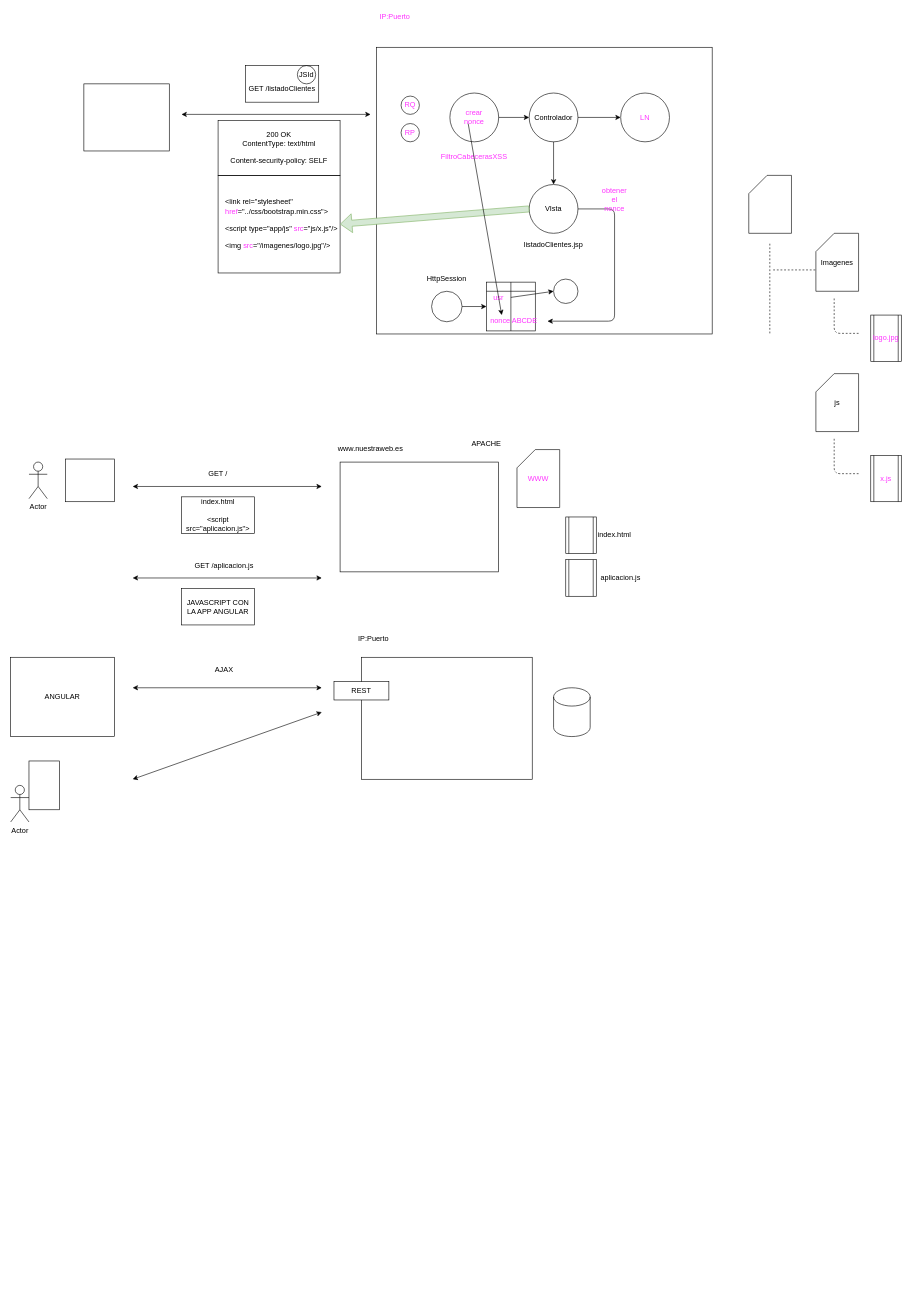
The draw.io diagram page "Página-14" (14 of 16) of dibujos.drawio in lrag/seguridad_java, before the edit. Source tidied: cells renumbered, new cells numbered last; positions are measured from the earlier drawing's top-left corner, leaving out a move shared by most shapes. Both pictures are drawn from the tidied source at 61%, with x=0, y=0 at pixel (10, 10).
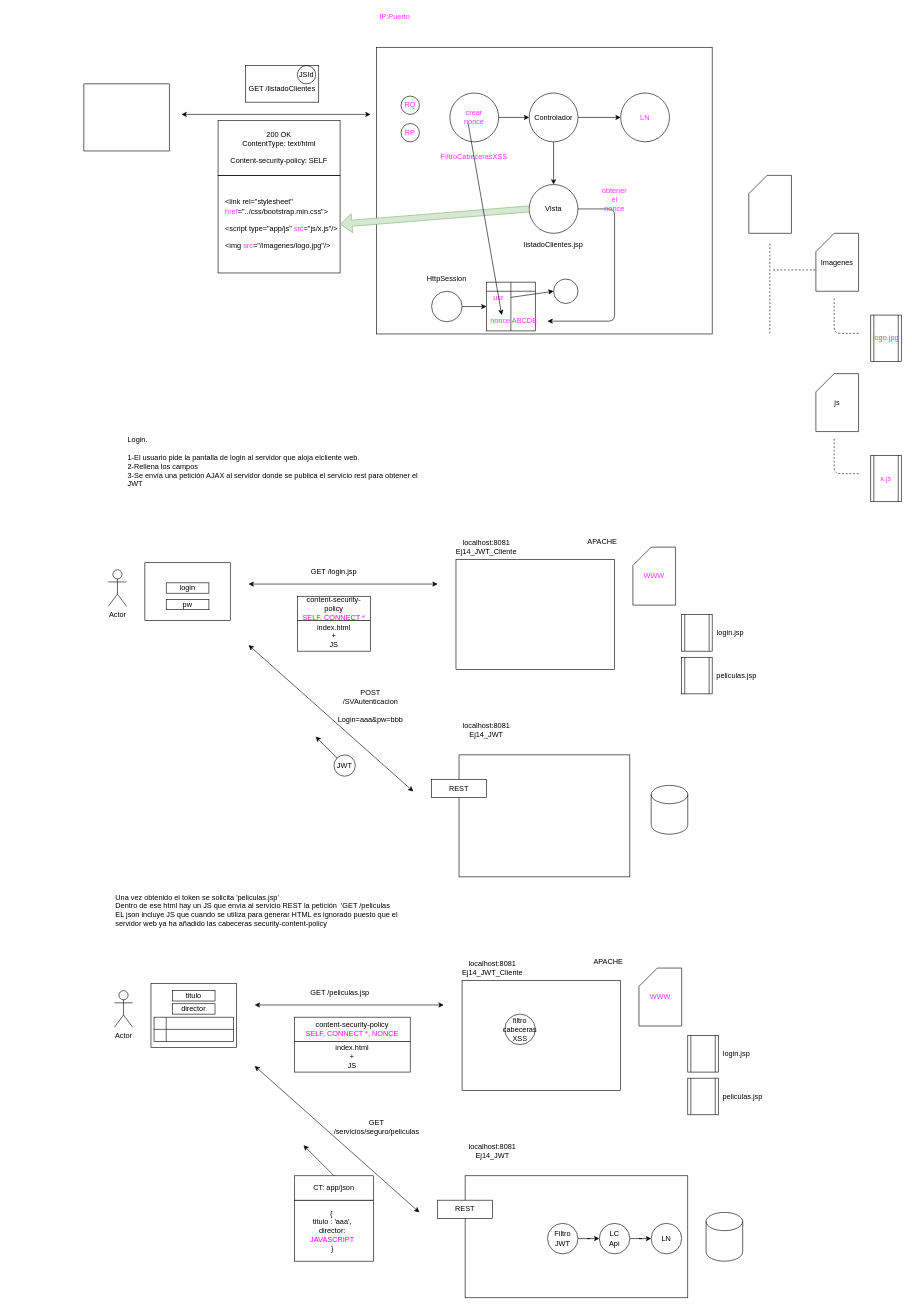
Above is the later version.

Diff of the diagram source:
```diff
@@
     <mxCell id="44" style="rounded=0;whiteSpace=wrap;html=1;strokeColor=#000000;fillColor=none;fontColor=#FF33FF;" parent="1" vertex="1">
-      <mxGeometry x="540" y="740" width="260" height="180" as="geometry" />
+      <mxGeometry x="730" y="900" width="260" height="180" as="geometry" />
     </mxCell>
-    <mxCell id="45" value="www.nuestraweb.es" style="text;html=1;strokeColor=none;fillColor=none;align=center;verticalAlign=middle;whiteSpace=wrap;rounded=0;" parent="1" vertex="1">
-      <mxGeometry x="570" y="709" width="40" height="20" as="geometry" />
+    <mxCell id="45" value="localhost:8081&lt;br&gt;Ej14_JWT_Cliente" style="text;html=1;strokeColor=none;fillColor=none;align=center;verticalAlign=middle;whiteSpace=wrap;rounded=0;" parent="1" vertex="1">
+      <mxGeometry x="760" y="869" width="40" height="20" as="geometry" />
     </mxCell>
     <mxCell id="46" value="APACHE" style="text;html=1;strokeColor=none;fillColor=none;align=center;verticalAlign=middle;whiteSpace=wrap;rounded=0;" parent="1" vertex="1">
-      <mxGeometry x="760" y="700" width="40" height="20" as="geometry" />
+      <mxGeometry x="950" y="860" width="40" height="20" as="geometry" />
     </mxCell>
     <mxCell id="47" value="WWW" style="shape=card;whiteSpace=wrap;html=1;strokeColor=#000000;fillColor=none;fontColor=#FF33FF;" parent="1" vertex="1">
-      <mxGeometry x="830" y="719.5" width="70" height="95" as="geometry" />
+      <mxGeometry x="1020" y="879.5" width="70" height="95" as="geometry" />
     </mxCell>
     <mxCell id="48" style="shape=process;whiteSpace=wrap;html=1;backgroundOutline=1;" parent="1" vertex="1">
-      <mxGeometry x="910" y="830" width="50" height="60" as="geometry" />
+      <mxGeometry x="1100" y="990" width="50" height="60" as="geometry" />
     </mxCell>
-    <mxCell id="49" value="index.html" style="text;html=1;strokeColor=none;fillColor=none;align=center;verticalAlign=middle;whiteSpace=wrap;rounded=0;" parent="1" vertex="1">
-      <mxGeometry x="970" y="850" width="40" height="20" as="geometry" />
+    <mxCell id="49" value="login.jsp" style="text;html=1;strokeColor=none;fillColor=none;align=center;verticalAlign=middle;whiteSpace=wrap;rounded=0;" parent="1" vertex="1">
+      <mxGeometry x="1160" y="1010" width="40" height="20" as="geometry" />
     </mxCell>
     <mxCell id="50" style="shape=process;whiteSpace=wrap;html=1;backgroundOutline=1;" parent="1" vertex="1">
-      <mxGeometry x="910" y="900" width="50" height="60" as="geometry" />
+      <mxGeometry x="1100" y="1060" width="50" height="60" as="geometry" />
     </mxCell>
-    <mxCell id="51" value="aplicacion.js" style="text;html=1;strokeColor=none;fillColor=none;align=center;verticalAlign=middle;whiteSpace=wrap;rounded=0;" parent="1" vertex="1">
-      <mxGeometry x="980" y="920" width="40" height="20" as="geometry" />
+    <mxCell id="51" value="peliculas.jsp" style="text;html=1;strokeColor=none;fillColor=none;align=center;verticalAlign=middle;whiteSpace=wrap;rounded=0;" parent="1" vertex="1">
+      <mxGeometry x="1170" y="1080" width="40" height="20" as="geometry" />
     </mxCell>
     <mxCell id="52" value="Actor" style="shape=umlActor;verticalLabelPosition=bottom;verticalAlign=top;html=1;" parent="1" vertex="1">
-      <mxGeometry x="30" y="740" width="30" height="60" as="geometry" />
+      <mxGeometry x="160" y="916.5" width="30" height="60" as="geometry" />
     </mxCell>
     <mxCell id="53" style="rounded=0;whiteSpace=wrap;html=1;" parent="1" vertex="1">
-      <mxGeometry x="90" y="735" width="80" height="70" as="geometry" />
+      <mxGeometry x="220" y="905" width="140" height="95" as="geometry" />
     </mxCell>
     <mxCell id="54" style="endArrow=classic;startArrow=classic;html=1;" parent="1" edge="1">
       <mxGeometry relative="1" as="geometry">
-        <mxPoint x="200" y="780" as="sourcePoint" />
-        <mxPoint x="510" y="780" as="targetPoint" />
+        <mxPoint x="390" y="940" as="sourcePoint" />
+        <mxPoint x="700" y="940" as="targetPoint" />
       </mxGeometry>
     </mxCell>
-    <mxCell id="55" value="GET /" style="text;html=1;strokeColor=none;fillColor=none;align=center;verticalAlign=middle;whiteSpace=wrap;rounded=0;" parent="1" vertex="1">
-      <mxGeometry x="320" y="750" width="40" height="20" as="geometry" />
+    <mxCell id="55" value="GET /login.jsp" style="text;html=1;strokeColor=none;fillColor=none;align=center;verticalAlign=middle;whiteSpace=wrap;rounded=0;" parent="1" vertex="1">
+      <mxGeometry x="460" y="910" width="140" height="20" as="geometry" />
     </mxCell>
-    <mxCell id="56" value="index.html&lt;br&gt;&lt;br&gt;&amp;lt;script src=&quot;aplicacion.js&quot;&amp;gt;" style="rounded=0;whiteSpace=wrap;html=1;" parent="1" vertex="1">
-      <mxGeometry x="280" y="797" width="120" height="60" as="geometry" />
+    <mxCell id="56" value="index.html&lt;br&gt;+&lt;br&gt;JS" style="rounded=0;whiteSpace=wrap;html=1;" parent="1" vertex="1">
+      <mxGeometry x="470" y="1000" width="120" height="50" as="geometry" />
     </mxCell>
-    <mxCell id="57" style="endArrow=classic;startArrow=classic;html=1;" parent="1" edge="1">
-      <mxGeometry relative="1" as="geometry">
-        <mxPoint x="200" y="930" as="sourcePoint" />
-        <mxPoint x="510" y="930" as="targetPoint" />
-      </mxGeometry>
-    </mxCell>
-    <mxCell id="58" value="GET /aplicacion.js" style="text;html=1;strokeColor=none;fillColor=none;align=center;verticalAlign=middle;whiteSpace=wrap;rounded=0;" parent="1" vertex="1">
-      <mxGeometry x="280" y="900" width="140" height="20" as="geometry" />
-    </mxCell>
-    <mxCell id="59" value="JAVASCRIPT CON&lt;br&gt;LA APP ANGULAR" style="rounded=0;whiteSpace=wrap;html=1;" parent="1" vertex="1">
-      <mxGeometry x="280" y="947" width="120" height="60" as="geometry" />
-    </mxCell>
-    <mxCell id="60" value="ANGULAR" style="rounded=0;whiteSpace=wrap;html=1;" parent="1" vertex="1">
-      <mxGeometry y="1060" width="170" height="130" as="geometry" />
-    </mxCell>
-    <mxCell id="61" style="endArrow=classic;startArrow=classic;html=1;" parent="1" edge="1">
-      <mxGeometry relative="1" as="geometry">
-        <mxPoint x="200" y="1110" as="sourcePoint" />
-        <mxPoint x="510" y="1110" as="targetPoint" />
-      </mxGeometry>
-    </mxCell>
     <mxCell id="62" style="rounded=0;whiteSpace=wrap;html=1;" parent="1" vertex="1">
-      <mxGeometry x="575" y="1060" width="280" height="200" as="geometry" />
+      <mxGeometry x="735" y="1220" width="280" height="200" as="geometry" />
     </mxCell>
     <mxCell id="63" value="REST" style="rounded=0;whiteSpace=wrap;html=1;" parent="1" vertex="1">
-      <mxGeometry x="530" y="1100" width="90" height="30" as="geometry" />
+      <mxGeometry x="690" y="1260" width="90" height="30" as="geometry" />
     </mxCell>
-    <mxCell id="64" value="AJAX" style="text;html=1;strokeColor=none;fillColor=none;align=center;verticalAlign=middle;whiteSpace=wrap;rounded=0;" parent="1" vertex="1">
-      <mxGeometry x="330" y="1070" width="40" height="20" as="geometry" />
-    </mxCell>
     <mxCell id="65" style="shape=cylinder3;whiteSpace=wrap;html=1;boundedLbl=1;backgroundOutline=1;size=15;" parent="1" vertex="1">
-      <mxGeometry x="890" y="1110" width="60" height="80" as="geometry" />
+      <mxGeometry x="1050" y="1270" width="60" height="80" as="geometry" />
     </mxCell>
-    <mxCell id="66" value="IP:Puerto" style="text;html=1;strokeColor=none;fillColor=none;align=center;verticalAlign=middle;whiteSpace=wrap;rounded=0;" parent="1" vertex="1">
-      <mxGeometry x="575" y="1020" width="40" height="20" as="geometry" />
-    </mxCell>
+    <mxCell id="70" value="content-security-policy&lt;br&gt;&lt;font color=&quot;#ff00ff&quot;&gt;SELF, CONNECT *&lt;/font&gt;" style="rounded=0;whiteSpace=wrap;html=1;" parent="1" vertex="1">
+      <mxGeometry x="470" y="960" width="120" height="40" as="geometry" />
+    </mxCell>
+    <mxCell id="71" value="login" style="rounded=0;whiteSpace=wrap;html=1;" parent="1" vertex="1">
+      <mxGeometry x="255" y="938" width="70" height="17" as="geometry" />
+    </mxCell>
+    <mxCell id="72" value="pw" style="rounded=0;whiteSpace=wrap;html=1;" parent="1" vertex="1">
+      <mxGeometry x="255" y="965" width="70" height="17" as="geometry" />
+    </mxCell>
+    <mxCell id="73" style="endArrow=classic;startArrow=classic;html=1;" parent="1" edge="1">
+      <mxGeometry relative="1" as="geometry">
+        <mxPoint x="390" y="1040" as="sourcePoint" />
+        <mxPoint x="660" y="1280" as="targetPoint" />
+      </mxGeometry>
+    </mxCell>
+    <mxCell id="74" value="localhost:8081&lt;br&gt;Ej14_JWT" style="text;html=1;strokeColor=none;fillColor=none;align=center;verticalAlign=middle;whiteSpace=wrap;rounded=0;" parent="1" vertex="1">
+      <mxGeometry x="760" y="1170" width="40" height="20" as="geometry" />
+    </mxCell>
+    <mxCell id="75" value="POST /SVAutenticacion&lt;br&gt;&lt;br&gt;Login=aaa&amp;amp;pw=bbb" style="text;html=1;strokeColor=none;fillColor=none;align=center;verticalAlign=middle;whiteSpace=wrap;rounded=0;" parent="1" vertex="1">
+      <mxGeometry x="570" y="1130" width="40" height="20" as="geometry" />
+    </mxCell>
+    <mxCell id="76" value="JWT" style="ellipse;whiteSpace=wrap;html=1;" parent="1" vertex="1">
+      <mxGeometry x="530" y="1220" width="35" height="35" as="geometry" />
+    </mxCell>
+    <mxCell id="77" style="endArrow=classic;html=1;exitX=0;exitY=0;exitDx=0;exitDy=0;" parent="1" edge="1" source="76">
+      <mxGeometry relative="1" as="geometry">
+        <mxPoint x="500" y="1190" as="targetPoint" />
+      </mxGeometry>
+    </mxCell>
+    <mxCell id="78" value="Login.&lt;br&gt;&lt;br&gt;1-El usuario pide la pantalla de login al servidor que aloja elcliente web.&amp;nbsp;&lt;br&gt;2-Rellena los campos&lt;br&gt;3-Se envía una petición AJAX al servidor donde se publica el servicio rest para obtener el JWT" style="text;html=1;strokeColor=none;fillColor=none;align=left;verticalAlign=middle;whiteSpace=wrap;rounded=0;" parent="1" vertex="1">
+      <mxGeometry x="190" y="670" width="490" height="140" as="geometry" />
+    </mxCell>
+    <mxCell id="79" value="Una vez obtenido el token se solicita 'peliculas.jsp'&lt;br&gt;Dentro de ese html hay un JS que envía al servicio REST la petición&amp;nbsp; 'GET /peliculas&lt;br&gt;EL json incluye JS que cuando se utiliza para generar HTML es ignorado puesto que el servidor web ya ha añadido las cabeceras security-content-policy&amp;nbsp;" style="text;html=1;strokeColor=none;fillColor=none;align=left;verticalAlign=middle;whiteSpace=wrap;rounded=0;" parent="1" vertex="1">
+      <mxGeometry x="170" y="1420" width="490" height="110" as="geometry" />
+    </mxCell>
+    <mxCell id="80" style="rounded=0;whiteSpace=wrap;html=1;strokeColor=#000000;fillColor=none;fontColor=#FF33FF;" parent="1" vertex="1">
+      <mxGeometry x="740" y="1590" width="260" height="180" as="geometry" />
+    </mxCell>
+    <mxCell id="81" value="localhost:8081&lt;br&gt;Ej14_JWT_Cliente" style="text;html=1;strokeColor=none;fillColor=none;align=center;verticalAlign=middle;whiteSpace=wrap;rounded=0;" parent="1" vertex="1">
+      <mxGeometry x="770" y="1559" width="40" height="20" as="geometry" />
+    </mxCell>
+    <mxCell id="82" value="APACHE" style="text;html=1;strokeColor=none;fillColor=none;align=center;verticalAlign=middle;whiteSpace=wrap;rounded=0;" parent="1" vertex="1">
+      <mxGeometry x="960" y="1550" width="40" height="20" as="geometry" />
+    </mxCell>
+    <mxCell id="83" value="WWW" style="shape=card;whiteSpace=wrap;html=1;strokeColor=#000000;fillColor=none;fontColor=#FF33FF;" parent="1" vertex="1">
+      <mxGeometry x="1030" y="1569.5" width="70" height="95" as="geometry" />
+    </mxCell>
+    <mxCell id="84" style="shape=process;whiteSpace=wrap;html=1;backgroundOutline=1;" parent="1" vertex="1">
+      <mxGeometry x="1110" y="1680" width="50" height="60" as="geometry" />
+    </mxCell>
+    <mxCell id="85" value="login.jsp" style="text;html=1;strokeColor=none;fillColor=none;align=center;verticalAlign=middle;whiteSpace=wrap;rounded=0;" parent="1" vertex="1">
+      <mxGeometry x="1170" y="1700" width="40" height="20" as="geometry" />
+    </mxCell>
+    <mxCell id="86" style="shape=process;whiteSpace=wrap;html=1;backgroundOutline=1;" parent="1" vertex="1">
+      <mxGeometry x="1110" y="1750" width="50" height="60" as="geometry" />
+    </mxCell>
+    <mxCell id="87" value="peliculas.jsp" style="text;html=1;strokeColor=none;fillColor=none;align=center;verticalAlign=middle;whiteSpace=wrap;rounded=0;" parent="1" vertex="1">
+      <mxGeometry x="1180" y="1770" width="40" height="20" as="geometry" />
+    </mxCell>
     <mxCell id="67" value="Actor" style="shape=umlActor;verticalLabelPosition=bottom;verticalAlign=top;html=1;" parent="1" vertex="1">
-      <mxGeometry y="1270" width="30" height="60" as="geometry" />
+      <mxGeometry x="170" y="1606.5" width="30" height="60" as="geometry" />
     </mxCell>
-    <mxCell id="68" style="rounded=0;whiteSpace=wrap;html=1;" parent="1" vertex="1">
-      <mxGeometry x="30" y="1230" width="50" height="80" as="geometry" />
-    </mxCell>
-    <mxCell id="69" style="endArrow=classic;startArrow=classic;html=1;" parent="1" edge="1">
-      <mxGeometry relative="1" as="geometry">
-        <mxPoint x="200" y="1260" as="sourcePoint" />
-        <mxPoint x="510" y="1150" as="targetPoint" />
-      </mxGeometry>
-    </mxCell>
+    <mxCell id="88" style="rounded=0;whiteSpace=wrap;html=1;" parent="1" vertex="1">
+      <mxGeometry x="230" y="1595" width="140" height="105" as="geometry" />
+    </mxCell>
+    <mxCell id="89" style="endArrow=classic;startArrow=classic;html=1;" parent="1" edge="1">
+      <mxGeometry relative="1" as="geometry">
+        <mxPoint x="400" y="1630" as="sourcePoint" />
+        <mxPoint x="710" y="1630" as="targetPoint" />
+      </mxGeometry>
+    </mxCell>
+    <mxCell id="90" value="GET /peliculas.jsp" style="text;html=1;strokeColor=none;fillColor=none;align=center;verticalAlign=middle;whiteSpace=wrap;rounded=0;" parent="1" vertex="1">
+      <mxGeometry x="470" y="1600" width="140" height="20" as="geometry" />
+    </mxCell>
+    <mxCell id="91" value="index.html&lt;br&gt;+&lt;br&gt;JS" style="rounded=0;whiteSpace=wrap;html=1;" parent="1" vertex="1">
+      <mxGeometry x="465" y="1690" width="190" height="50" as="geometry" />
+    </mxCell>
+    <mxCell id="92" style="rounded=0;whiteSpace=wrap;html=1;" parent="1" vertex="1">
+      <mxGeometry x="745" y="1910" width="365" height="200" as="geometry" />
+    </mxCell>
+    <mxCell id="93" value="REST" style="rounded=0;whiteSpace=wrap;html=1;" parent="1" vertex="1">
+      <mxGeometry x="700" y="1950" width="90" height="30" as="geometry" />
+    </mxCell>
+    <mxCell id="94" style="shape=cylinder3;whiteSpace=wrap;html=1;boundedLbl=1;backgroundOutline=1;size=15;" parent="1" vertex="1">
+      <mxGeometry x="1140" y="1970" width="60" height="80" as="geometry" />
+    </mxCell>
+    <mxCell id="95" value="content-security-policy&lt;br&gt;&lt;font color=&quot;#ff00ff&quot;&gt;SELF, CONNECT *, NONCE&lt;/font&gt;" style="rounded=0;whiteSpace=wrap;html=1;" parent="1" vertex="1">
+      <mxGeometry x="465" y="1650" width="190" height="40" as="geometry" />
+    </mxCell>
+    <mxCell id="96" value="titulo" style="rounded=0;whiteSpace=wrap;html=1;" parent="1" vertex="1">
+      <mxGeometry x="265" y="1606.5" width="70" height="17" as="geometry" />
+    </mxCell>
+    <mxCell id="97" value="director" style="rounded=0;whiteSpace=wrap;html=1;" parent="1" vertex="1">
+      <mxGeometry x="265" y="1628" width="70" height="17" as="geometry" />
+    </mxCell>
+    <mxCell id="98" style="endArrow=classic;startArrow=classic;html=1;" parent="1" edge="1">
+      <mxGeometry relative="1" as="geometry">
+        <mxPoint x="400" y="1730" as="sourcePoint" />
+        <mxPoint x="670" y="1970" as="targetPoint" />
+      </mxGeometry>
+    </mxCell>
+    <mxCell id="99" value="localhost:8081&lt;br&gt;Ej14_JWT" style="text;html=1;strokeColor=none;fillColor=none;align=center;verticalAlign=middle;whiteSpace=wrap;rounded=0;" parent="1" vertex="1">
+      <mxGeometry x="770" y="1860" width="40" height="20" as="geometry" />
+    </mxCell>
+    <mxCell id="100" value="GET /servicios/seguro/peliculas" style="text;html=1;strokeColor=none;fillColor=none;align=center;verticalAlign=middle;whiteSpace=wrap;rounded=0;" parent="1" vertex="1">
+      <mxGeometry x="580" y="1820" width="40" height="20" as="geometry" />
+    </mxCell>
+    <mxCell id="101" style="endArrow=classic;html=1;exitX=0.5;exitY=0;exitDx=0;exitDy=0;" parent="1" edge="1" source="104">
+      <mxGeometry relative="1" as="geometry">
+        <mxPoint x="480" y="1860" as="targetPoint" />
+      </mxGeometry>
+    </mxCell>
+    <mxCell id="102" style="shape=internalStorage;whiteSpace=wrap;html=1;backgroundOutline=1;" parent="1" vertex="1">
+      <mxGeometry x="235" y="1650" width="130" height="40" as="geometry" />
+    </mxCell>
+    <mxCell id="103" style="rounded=0;whiteSpace=wrap;html=1;" parent="1" vertex="1">
+      <mxGeometry x="465" y="1950" width="130" height="100" as="geometry" />
+    </mxCell>
+    <mxCell id="104" value="CT: app/json" style="rounded=0;whiteSpace=wrap;html=1;" parent="1" vertex="1">
+      <mxGeometry x="465" y="1910" width="130" height="40" as="geometry" />
+    </mxCell>
+    <mxCell id="105" value="{&amp;nbsp;&lt;br&gt;titulo : 'aaa',&lt;br&gt;director: &lt;font color=&quot;#ff00ff&quot;&gt;JAVASCRIPT&lt;/font&gt;&lt;br&gt;}" style="text;html=1;strokeColor=none;fillColor=none;align=center;verticalAlign=middle;whiteSpace=wrap;rounded=0;" parent="1" vertex="1">
+      <mxGeometry x="470" y="1960" width="115" height="80" as="geometry" />
+    </mxCell>
+    <mxCell id="106" value="filtro&lt;br&gt;cabeceras&lt;br&gt;XSS" style="ellipse;whiteSpace=wrap;html=1;" parent="1" vertex="1">
+      <mxGeometry x="810" y="1645" width="50" height="50" as="geometry" />
+    </mxCell>
+    <mxCell id="107" style="edgeStyle=orthogonalEdgeStyle;rounded=0;jettySize=auto;html=1;" parent="1" edge="1" source="108" target="110">
+      <mxGeometry relative="1" as="geometry" />
+    </mxCell>
+    <mxCell id="108" value="Filtro&lt;br&gt;JWT" style="ellipse;whiteSpace=wrap;html=1;" parent="1" vertex="1">
+      <mxGeometry x="880" y="1988" width="50" height="50" as="geometry" />
+    </mxCell>
+    <mxCell id="109" style="edgeStyle=orthogonalEdgeStyle;rounded=0;jettySize=auto;html=1;" parent="1" edge="1" source="110" target="111">
+      <mxGeometry relative="1" as="geometry" />
+    </mxCell>
+    <mxCell id="110" value="LC&lt;br&gt;Api" style="ellipse;whiteSpace=wrap;html=1;" parent="1" vertex="1">
+      <mxGeometry x="965" y="1988" width="50" height="50" as="geometry" />
+    </mxCell>
+    <mxCell id="111" value="LN" style="ellipse;whiteSpace=wrap;html=1;" parent="1" vertex="1">
+      <mxGeometry x="1050" y="1988" width="50" height="50" as="geometry" />
+    </mxCell>
```
